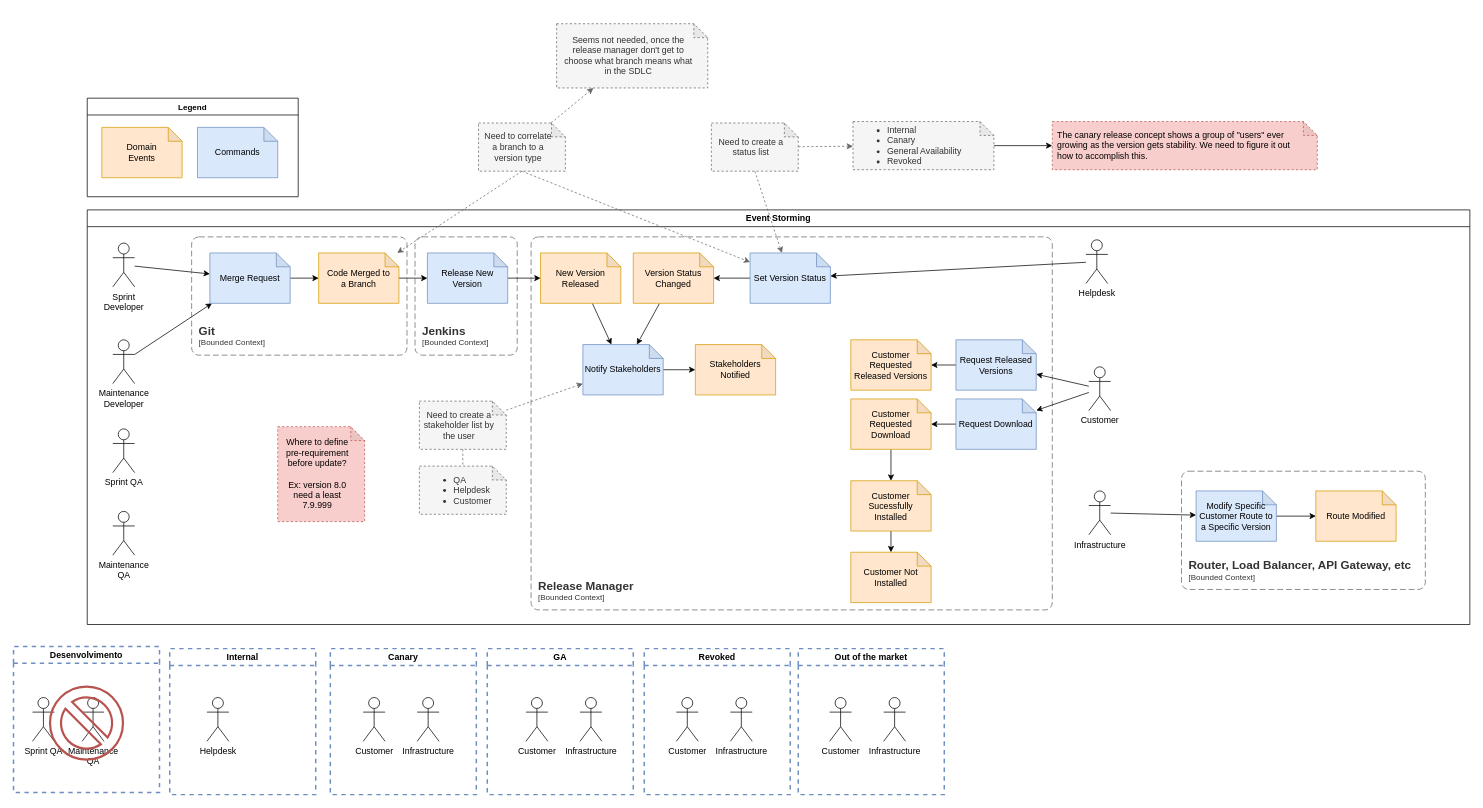
Above: page "Business" (1 of 3) of docs/release-manager.drawio in release-manager-2023/concurso-intersystems-2023 (draw.io), before the change. Source tidied: cells renumbered, new cells numbered last; positions are measured from the earlier drawing's top-left corner, leaving out a move shared by most shapes. Both pictures are drawn from the tidied source at 73%, with x=0, y=0 at pixel (13, 23).
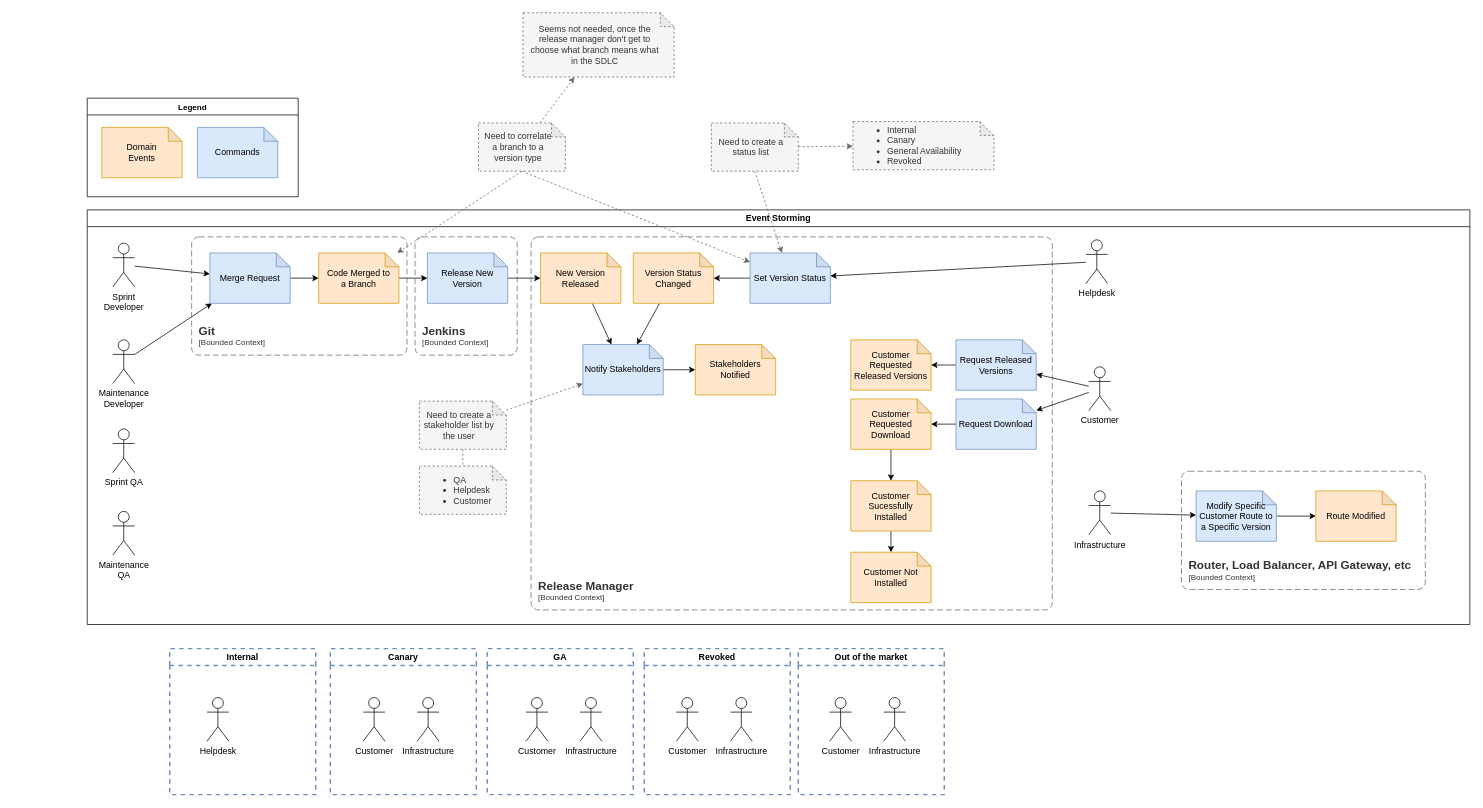
Above is the later version.

The change refers to these unchanged cells:
```xml
<mxCell id="2" value="Event Storming" style="swimlane;whiteSpace=wrap;html=1;" parent="1" vertex="1">
  <mxGeometry x="101" y="255" width="1894" height="568" as="geometry" />
</mxCell>
<mxCell id="64" value="&lt;ul&gt;&lt;li&gt;Internal&lt;/li&gt;&lt;li&gt;&lt;span style=&quot;background-color: initial;&quot;&gt;Canary&lt;/span&gt;&lt;/li&gt;&lt;li&gt;&lt;span style=&quot;background-color: initial;&quot;&gt;General Availability&lt;/span&gt;&lt;/li&gt;&lt;li&gt;Revoked&lt;/li&gt;&lt;/ul&gt;" style="shape=note;whiteSpace=wrap;html=1;backgroundOutline=1;darkOpacity=0.05;size=19;fillColor=#f5f5f5;strokeColor=#666666;fontColor=#333333;dashed=1;spacing=2;spacingRight=15;spacingLeft=5;align=left;" parent="1" vertex="1">
  <mxGeometry x="1150" y="134" width="193" height="66" as="geometry" />
</mxCell>
```

Diff of the diagram source:
```diff
@@
-    <mxCell id="52" value="Where to define pre-requirement before update?&lt;br&gt;&lt;br&gt;Ex: version 8.0 need a least 7.9.999" style="shape=note;whiteSpace=wrap;html=1;backgroundOutline=1;darkOpacity=0.05;size=19;fillColor=#f8cecc;strokeColor=#b85450;dashed=1;spacing=2;spacingRight=15;spacingLeft=5;" parent="2" vertex="1">
-      <mxGeometry x="261" y="297" width="119" height="130" as="geometry" />
-    </mxCell>
@@
-    <mxCell id="63" style="edgeStyle=orthogonalEdgeStyle;rounded=0;jettySize=auto;html=1;" parent="1" edge="1" source="64" target="65">
-      <mxGeometry relative="1" as="geometry" />
-    </mxCell>
@@
-    <mxCell id="65" value="The canary release concept shows a group of &quot;users&quot; ever growing as the version gets stability. We need to figure it out how to accomplish this." style="shape=note;whiteSpace=wrap;html=1;backgroundOutline=1;darkOpacity=0.05;size=19;fillColor=#f8cecc;strokeColor=#b85450;dashed=1;spacing=2;spacingRight=15;spacingLeft=5;align=left;" parent="1" vertex="1">
-      <mxGeometry x="1423" y="134" width="363" height="66" as="geometry" />
-    </mxCell>
     <mxCell id="66" value="Seems not needed, once the release manager don't get to choose what branch means what in the SDLC" style="shape=note;whiteSpace=wrap;html=1;backgroundOutline=1;darkOpacity=0.05;size=19;fillColor=#f5f5f5;strokeColor=#666666;fontColor=#333333;dashed=1;spacing=2;spacingRight=15;spacingLeft=5;" parent="1" vertex="1">
-      <mxGeometry x="744" width="207" height="88" as="geometry" />
+      <mxGeometry x="698" y="-15" width="207" height="88" as="geometry" />
     </mxCell>
@@
-    <mxCell id="81" value="Desenvolvimento" style="swimlane;whiteSpace=wrap;html=1;dashed=1;strokeWidth=2;fillColor=none;strokeColor=#6c8ebf;" parent="1" vertex="1">
-      <mxGeometry y="853" width="200" height="200" as="geometry" />
-    </mxCell>
-    <mxCell id="82" value="Sprint QA" style="shape=umlActor;verticalLabelPosition=bottom;verticalAlign=top;html=1;" parent="81" vertex="1">
-      <mxGeometry x="26" y="70" width="30" height="60" as="geometry" />
-    </mxCell>
-    <mxCell id="83" value="Maintenance&lt;br&gt;QA" style="shape=umlActor;verticalLabelPosition=bottom;verticalAlign=top;html=1;" parent="81" vertex="1">
-      <mxGeometry x="94" y="70" width="30" height="60" as="geometry" />
-    </mxCell>
-    <mxCell id="84" style="verticalLabelPosition=bottom;verticalAlign=top;html=1;shape=mxgraph.basic.no_symbol;fillColor=none;strokeColor=#b85450;strokeWidth=3;" parent="81" vertex="1">
-      <mxGeometry x="50" y="55" width="100" height="100" as="geometry" />
-    </mxCell>
```
